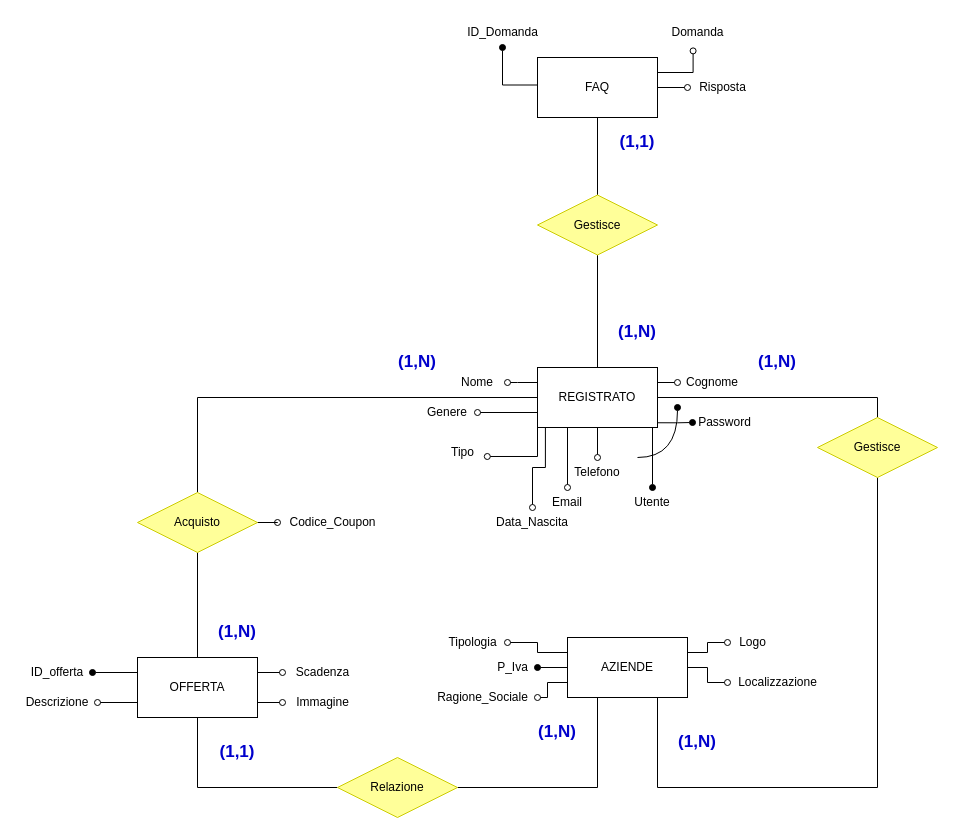
Earlier version of the draw.io diagram ProgettoVecchio/Schemi/Schema_DB/DB_Progetto.drawio (MatteoSeresi/ProgettoWeb16). Source tidied: cells renumbered, new cells numbered last; positions are measured from the earlier drawing's top-left corner, leaving out a move shared by most shapes. Both pictures are drawn from the tidied source at 100%, with x=0, y=0 at pixel (17, 17).
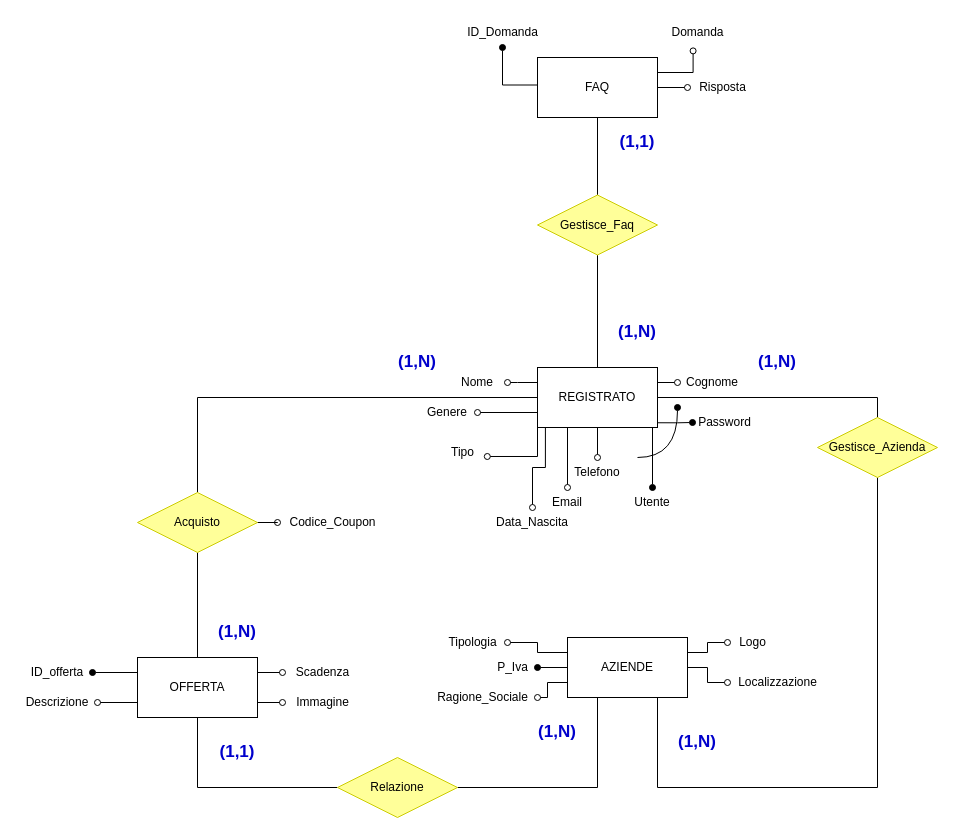
Above is the later version.

Commit message (it also covers changes not shown here):
Piccola modifica schema_DB

Change to the diagram source:
```diff
@@
-    <mxCell id="50" value="Gestisce" style="shape=rhombus;perimeter=rhombusPerimeter;whiteSpace=wrap;html=1;align=center;strokeColor=#CCCC00;fillColor=#FFFF99;" parent="1" vertex="1">
+    <mxCell id="50" value="Gestisce_Azienda" style="shape=rhombus;perimeter=rhombusPerimeter;whiteSpace=wrap;html=1;align=center;strokeColor=#CCCC00;fillColor=#FFFF99;" parent="1" vertex="1">
       <mxGeometry x="800" y="400" width="120" height="60" as="geometry" />
     </mxCell>
@@
-    <mxCell id="57" value="Gestisce" style="shape=rhombus;perimeter=rhombusPerimeter;whiteSpace=wrap;html=1;align=center;strokeColor=#CCCC00;fillColor=#FFFF99;" parent="1" vertex="1">
+    <mxCell id="57" value="Gestisce_Faq" style="shape=rhombus;perimeter=rhombusPerimeter;whiteSpace=wrap;html=1;align=center;strokeColor=#CCCC00;fillColor=#FFFF99;" parent="1" vertex="1">
       <mxGeometry x="520" y="177.5" width="120" height="60" as="geometry" />
     </mxCell>
```
